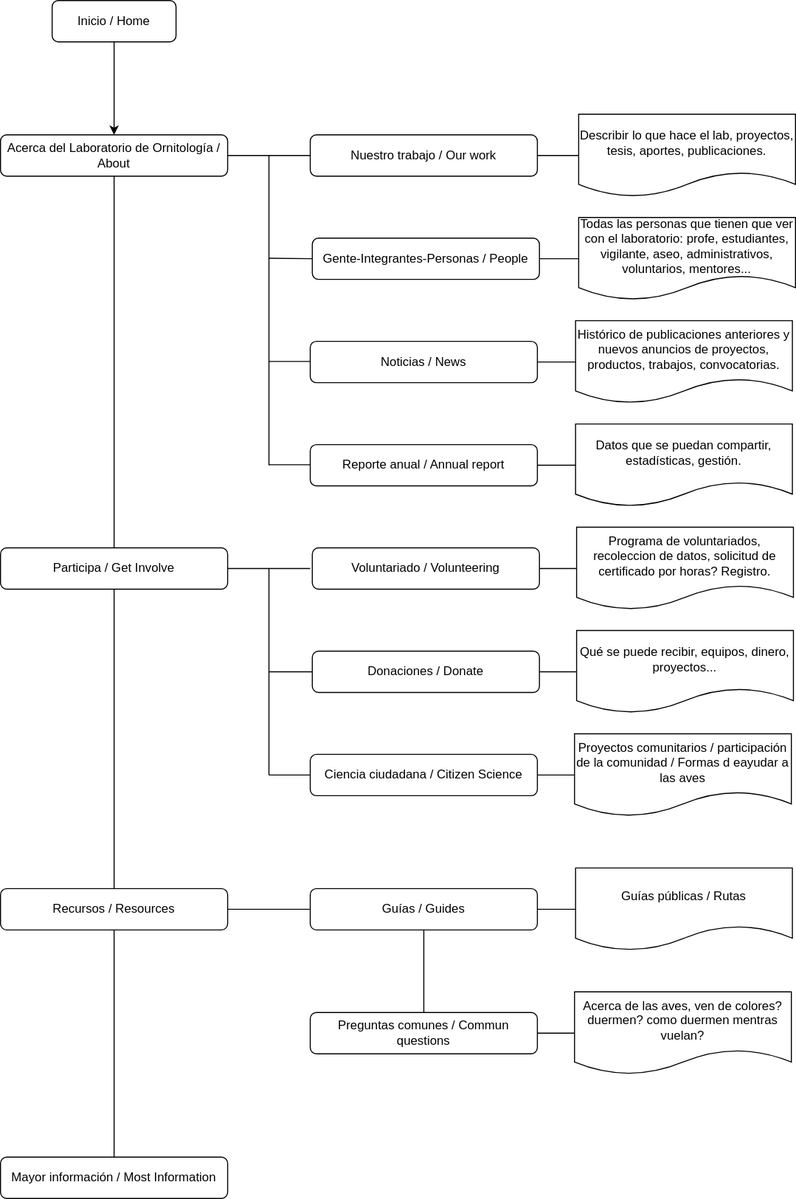
Above: univalle.drawio.svg in isabelyb/univalle (draw.io), before the change. Source tidied: cells renumbered, new cells last; positions are measured from the earlier drawing's top-left corner, leaving out a move shared by most shapes.
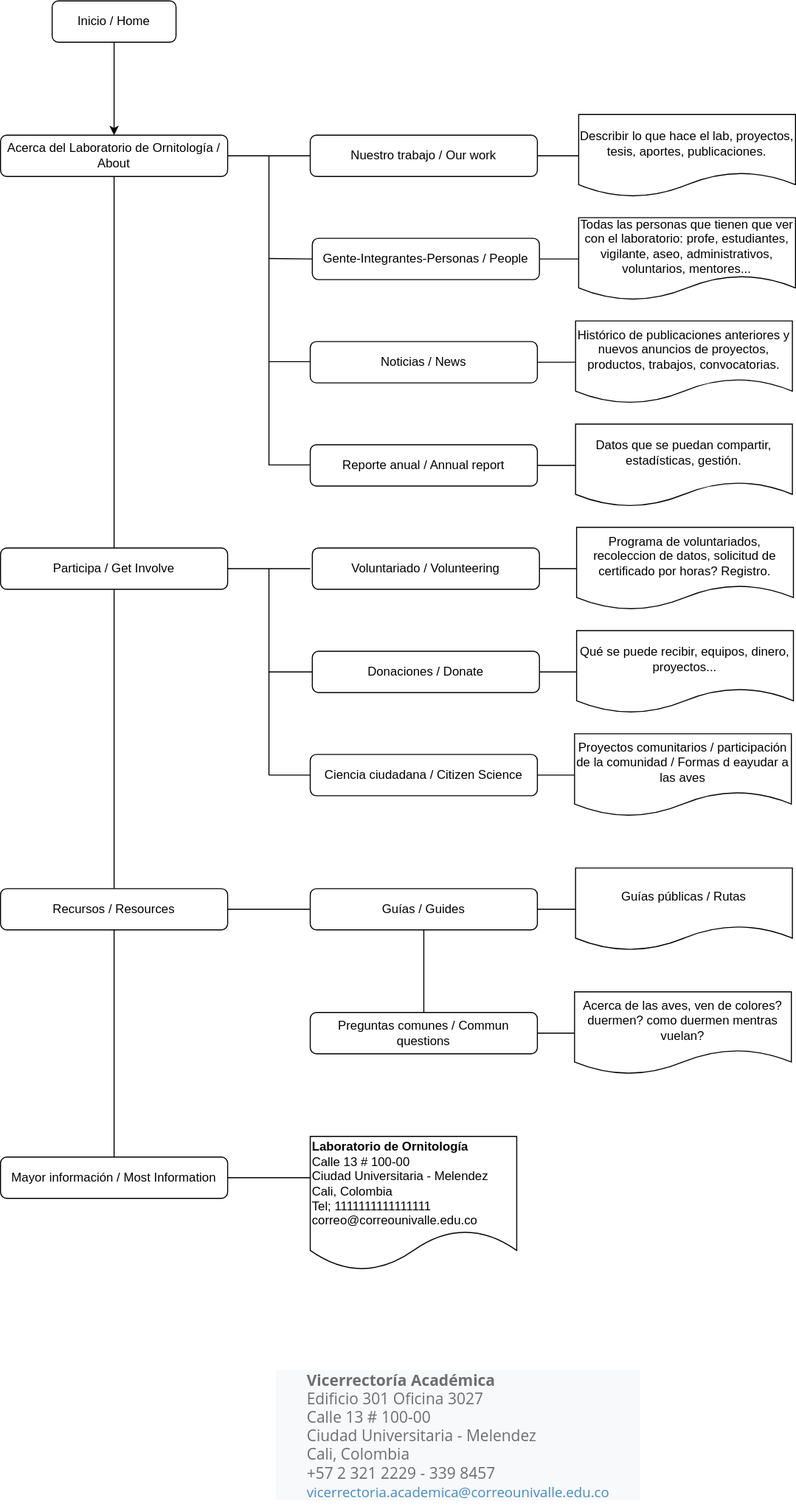
The same diagram one commit later.

Change to the diagram source:
```diff
@@ -167,8 +167,19 @@
     <mxCell id="47" value="Acerca de las aves, ven de colores? duermen? como duermen mentras vuelan?" style="shape=document;whiteSpace=wrap;html=1;boundedLbl=1;rounded=1;shadow=0;strokeWidth=1;glass=0;" parent="1" vertex="1">
       <mxGeometry x="556" y="960" width="210" height="80" as="geometry" />
     </mxCell>
+    <mxCell id="49" style="edgeStyle=orthogonalEdgeStyle;rounded=0;jettySize=auto;html=1;endArrow=none;endFill=0;" parent="1" edge="1" source="48">
+      <mxGeometry relative="1" as="geometry">
+        <mxPoint x="300" y="1140" as="targetPoint" />
+      </mxGeometry>
+    </mxCell>
     <mxCell id="48" value="Mayor información / Most Information" style="whiteSpace=wrap;html=1;rounded=1;shadow=0;strokeWidth=1;glass=0;" parent="1" vertex="1">
       <mxGeometry y="1120" width="220" height="40" as="geometry" />
     </mxCell>
+    <mxCell id="50" value="&lt;ul style=&quot;font-style: normal; font-weight: 400; letter-spacing: normal; text-indent: 0px; text-transform: none; word-spacing: 0px; background-color: rgb(248, 249, 250); box-sizing: border-box; margin-top: 0px; margin-bottom: 10px; text-align: justify; margin-left: -5px; list-style: none; padding: 0px 30px; color: rgb(109, 110, 113); font-family: &amp;quot;open sans&amp;quot;; font-size: 15px;&quot;&gt;&lt;li style=&quot;box-sizing: border-box&quot;&gt;&lt;strong style=&quot;box-sizing: border-box&quot;&gt;Vicerrectoría Académica&lt;/strong&gt;&lt;/li&gt;&lt;li style=&quot;box-sizing: border-box&quot;&gt;Edificio 301 Oficina 3027&lt;/li&gt;&lt;li style=&quot;box-sizing: border-box&quot;&gt;Calle 13 # 100-00&lt;/li&gt;&lt;li style=&quot;box-sizing: border-box&quot;&gt;Ciudad Universitaria - Melendez&lt;/li&gt;&lt;li style=&quot;box-sizing: border-box&quot;&gt;Cali, Colombia&lt;/li&gt;&lt;li style=&quot;box-sizing: border-box&quot;&gt;+57 2 321 2229 - 339 8457&lt;/li&gt;&lt;li style=&quot;box-sizing: border-box&quot;&gt;&lt;span style=&quot;box-sizing: border-box ; font-size: 10pt&quot;&gt;&lt;a href=&quot;mailto:vicerrectoria.academica@correounivalle.edu.co&quot; style=&quot;box-sizing: border-box ; background: transparent ; color: rgb(66 , 139 , 202)&quot;&gt;vicerrectoria.academica@correounivalle.edu.co&lt;/a&gt;&lt;/span&gt;&lt;/li&gt;&lt;/ul&gt;" style="text;whiteSpace=wrap;html=1;" parent="1" vertex="1">
+      <mxGeometry x="270" y="1320" width="370" height="120" as="geometry" />
+    </mxCell>
+    <mxCell id="51" value="&lt;b&gt;Laboratorio de Ornitología&lt;/b&gt;&lt;br&gt;&lt;div&gt;&lt;span&gt;Calle 13 # 100-00&lt;/span&gt;&lt;br&gt;&lt;/div&gt;&lt;div&gt;&lt;span&gt;&lt;div&gt;Ciudad Universitaria - Melendez&lt;/div&gt;&lt;div&gt;Cali, Colombia&lt;/div&gt;&lt;div&gt;Tel; 1111111111111111&lt;/div&gt;&lt;div&gt;correo@correounivalle.edu.co&lt;/div&gt;&lt;/span&gt;&lt;/div&gt;" style="shape=document;whiteSpace=wrap;html=1;boundedLbl=1;rounded=1;shadow=0;strokeWidth=1;glass=0;align=left;" parent="1" vertex="1">
+      <mxGeometry x="300" y="1100" width="200" height="130" as="geometry" />
+    </mxCell>
   </root>
 </mxGraphModel>
```
